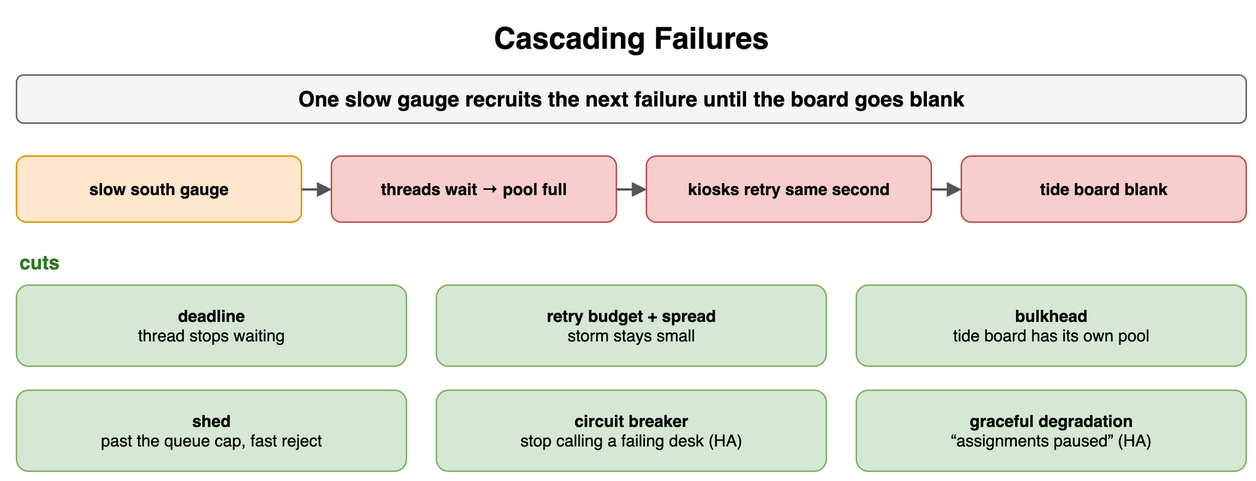
The draw.io diagram content/09_System_Design_Interview/15_Distributed_System_Failure_Modes/diagrams/failure-modes-7-cascading-failures.png in amendez13/swe-study-guide, before a commit. Source tidied: cells renumbered, new cells last; positions are measured from the earlier drawing's top-left corner, leaving out a move shared by most shapes.
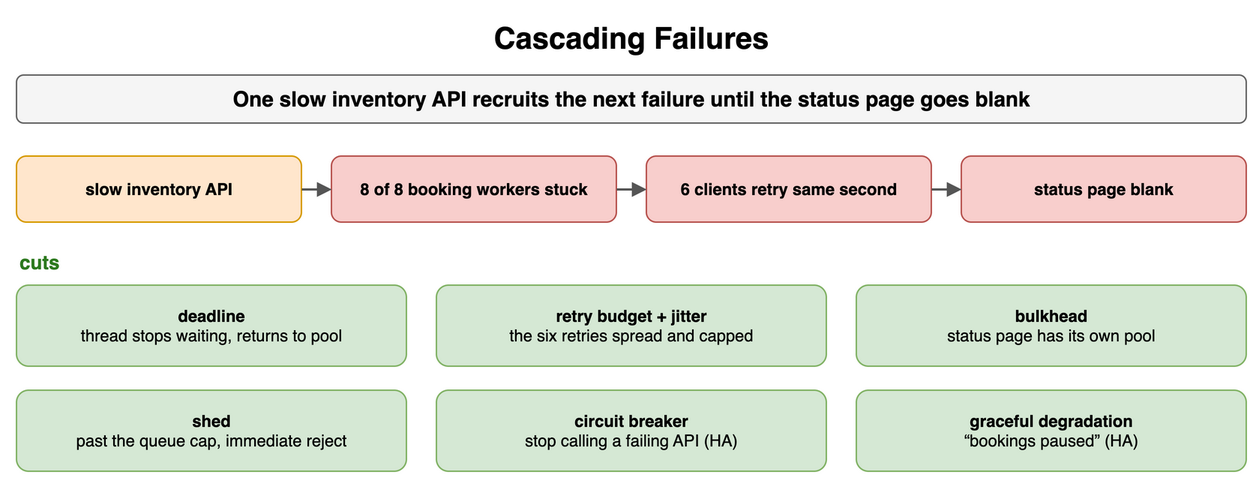
After the commit.

Change to the diagram source:
```diff
@@ -5,19 +5,19 @@
     <mxCell id="2" value="Cascading Failures" style="text;html=1;align=center;verticalAlign=middle;whiteSpace=wrap;fontSize=20;fontStyle=1;" parent="1" vertex="1">
       <mxGeometry width="820" height="30" as="geometry" />
     </mxCell>
-    <mxCell id="3" value="One slow gauge recruits the next failure until the board goes blank" style="rounded=1;whiteSpace=wrap;html=1;fillColor=#f5f5f5;strokeColor=#666666;fontStyle=1;fontSize=14;" parent="1" vertex="1">
+    <mxCell id="3" value="One slow inventory API recruits the next failure until the status page goes blank" style="rounded=1;whiteSpace=wrap;html=1;fillColor=#f5f5f5;strokeColor=#666666;fontStyle=1;fontSize=14;" parent="1" vertex="1">
       <mxGeometry y="40" width="820" height="32" as="geometry" />
     </mxCell>
-    <mxCell id="4" value="slow south gauge" style="rounded=1;whiteSpace=wrap;html=1;fillColor=#ffe6cc;strokeColor=#d79b00;fontSize=11;align=center;fontStyle=1;" parent="1" vertex="1">
+    <mxCell id="4" value="slow inventory API" style="rounded=1;whiteSpace=wrap;html=1;fillColor=#ffe6cc;strokeColor=#d79b00;fontSize=11;align=center;fontStyle=1;" parent="1" vertex="1">
       <mxGeometry y="94" width="190" height="44" as="geometry" />
     </mxCell>
-    <mxCell id="5" value="threads wait → pool full" style="rounded=1;whiteSpace=wrap;html=1;fillColor=#f8cecc;strokeColor=#b85450;fontSize=11;align=center;fontStyle=1;" parent="1" vertex="1">
+    <mxCell id="5" value="8 of 8 booking workers stuck" style="rounded=1;whiteSpace=wrap;html=1;fillColor=#f8cecc;strokeColor=#b85450;fontSize=11;align=center;fontStyle=1;" parent="1" vertex="1">
       <mxGeometry x="210" y="94" width="190" height="44" as="geometry" />
     </mxCell>
-    <mxCell id="6" value="kiosks retry same second" style="rounded=1;whiteSpace=wrap;html=1;fillColor=#f8cecc;strokeColor=#b85450;fontSize=11;align=center;fontStyle=1;" parent="1" vertex="1">
+    <mxCell id="6" value="6 clients retry same second" style="rounded=1;whiteSpace=wrap;html=1;fillColor=#f8cecc;strokeColor=#b85450;fontSize=11;align=center;fontStyle=1;" parent="1" vertex="1">
       <mxGeometry x="420" y="94" width="190" height="44" as="geometry" />
     </mxCell>
-    <mxCell id="7" value="tide board blank" style="rounded=1;whiteSpace=wrap;html=1;fillColor=#f8cecc;strokeColor=#b85450;fontSize=11;align=center;fontStyle=1;" parent="1" vertex="1">
+    <mxCell id="7" value="status page blank" style="rounded=1;whiteSpace=wrap;html=1;fillColor=#f8cecc;strokeColor=#b85450;fontSize=11;align=center;fontStyle=1;" parent="1" vertex="1">
       <mxGeometry x="630" y="94" width="190" height="44" as="geometry" />
     </mxCell>
     <mxCell id="8" style="endArrow=block;endSize=6;html=1;strokeWidth=1.5;strokeColor=#555555;fontSize=11;labelBackgroundColor=#ffffff;" parent="1" edge="1" source="4" target="5">
@@ -29,22 +29,22 @@
     <mxCell id="10" style="endArrow=block;endSize=6;html=1;strokeWidth=1.5;strokeColor=#555555;fontSize=11;labelBackgroundColor=#ffffff;" parent="1" edge="1" source="6" target="7">
       <mxGeometry relative="1" as="geometry" />
     </mxCell>
-    <mxCell id="11" value="deadline&lt;br&gt;&lt;span style='font-weight:normal'&gt;thread stops waiting&lt;/span&gt;" style="rounded=1;whiteSpace=wrap;html=1;fillColor=#d5e8d4;strokeColor=#82b366;fontSize=11;align=center;fontStyle=1;" parent="1" vertex="1">
+    <mxCell id="11" value="deadline&lt;br&gt;&lt;span style='font-weight:normal'&gt;thread stops waiting, returns to pool&lt;/span&gt;" style="rounded=1;whiteSpace=wrap;html=1;fillColor=#d5e8d4;strokeColor=#82b366;fontSize=11;align=center;fontStyle=1;" parent="1" vertex="1">
       <mxGeometry y="180" width="260" height="54" as="geometry" />
     </mxCell>
-    <mxCell id="12" value="retry budget + spread&lt;br&gt;&lt;span style='font-weight:normal'&gt;storm stays small&lt;/span&gt;" style="rounded=1;whiteSpace=wrap;html=1;fillColor=#d5e8d4;strokeColor=#82b366;fontSize=11;align=center;fontStyle=1;" parent="1" vertex="1">
+    <mxCell id="12" value="retry budget + jitter&lt;br&gt;&lt;span style='font-weight:normal'&gt;the six retries spread and capped&lt;/span&gt;" style="rounded=1;whiteSpace=wrap;html=1;fillColor=#d5e8d4;strokeColor=#82b366;fontSize=11;align=center;fontStyle=1;" parent="1" vertex="1">
       <mxGeometry x="280" y="180" width="260" height="54" as="geometry" />
     </mxCell>
-    <mxCell id="13" value="bulkhead&lt;br&gt;&lt;span style='font-weight:normal'&gt;tide board has its own pool&lt;/span&gt;" style="rounded=1;whiteSpace=wrap;html=1;fillColor=#d5e8d4;strokeColor=#82b366;fontSize=11;align=center;fontStyle=1;" parent="1" vertex="1">
+    <mxCell id="13" value="bulkhead&lt;br&gt;&lt;span style='font-weight:normal'&gt;status page has its own pool&lt;/span&gt;" style="rounded=1;whiteSpace=wrap;html=1;fillColor=#d5e8d4;strokeColor=#82b366;fontSize=11;align=center;fontStyle=1;" parent="1" vertex="1">
       <mxGeometry x="560" y="180" width="260" height="54" as="geometry" />
     </mxCell>
-    <mxCell id="14" value="shed&lt;br&gt;&lt;span style='font-weight:normal'&gt;past the queue cap, fast reject&lt;/span&gt;" style="rounded=1;whiteSpace=wrap;html=1;fillColor=#d5e8d4;strokeColor=#82b366;fontSize=11;align=center;fontStyle=1;" parent="1" vertex="1">
+    <mxCell id="14" value="shed&lt;br&gt;&lt;span style='font-weight:normal'&gt;past the queue cap, immediate reject&lt;/span&gt;" style="rounded=1;whiteSpace=wrap;html=1;fillColor=#d5e8d4;strokeColor=#82b366;fontSize=11;align=center;fontStyle=1;" parent="1" vertex="1">
       <mxGeometry y="250" width="260" height="54" as="geometry" />
     </mxCell>
-    <mxCell id="15" value="circuit breaker&lt;br&gt;&lt;span style='font-weight:normal'&gt;stop calling a failing desk (HA)&lt;/span&gt;" style="rounded=1;whiteSpace=wrap;html=1;fillColor=#d5e8d4;strokeColor=#82b366;fontSize=11;align=center;fontStyle=1;" parent="1" vertex="1">
+    <mxCell id="15" value="circuit breaker&lt;br&gt;&lt;span style='font-weight:normal'&gt;stop calling a failing API (HA)&lt;/span&gt;" style="rounded=1;whiteSpace=wrap;html=1;fillColor=#d5e8d4;strokeColor=#82b366;fontSize=11;align=center;fontStyle=1;" parent="1" vertex="1">
       <mxGeometry x="280" y="250" width="260" height="54" as="geometry" />
     </mxCell>
-    <mxCell id="16" value="graceful degradation&lt;br&gt;&lt;span style='font-weight:normal'&gt;“assignments paused” (HA)&lt;/span&gt;" style="rounded=1;whiteSpace=wrap;html=1;fillColor=#d5e8d4;strokeColor=#82b366;fontSize=11;align=center;fontStyle=1;" parent="1" vertex="1">
+    <mxCell id="16" value="graceful degradation&lt;br&gt;&lt;span style='font-weight:normal'&gt;“bookings paused” (HA)&lt;/span&gt;" style="rounded=1;whiteSpace=wrap;html=1;fillColor=#d5e8d4;strokeColor=#82b366;fontSize=11;align=center;fontStyle=1;" parent="1" vertex="1">
       <mxGeometry x="560" y="250" width="260" height="54" as="geometry" />
     </mxCell>
     <mxCell id="17" value="cuts" style="text;html=1;whiteSpace=wrap;fontSize=11;align=left;verticalAlign=middle;fontSize=13;fontColor=#2d7a1f;fontStyle=1;" parent="1" vertex="1">
```
